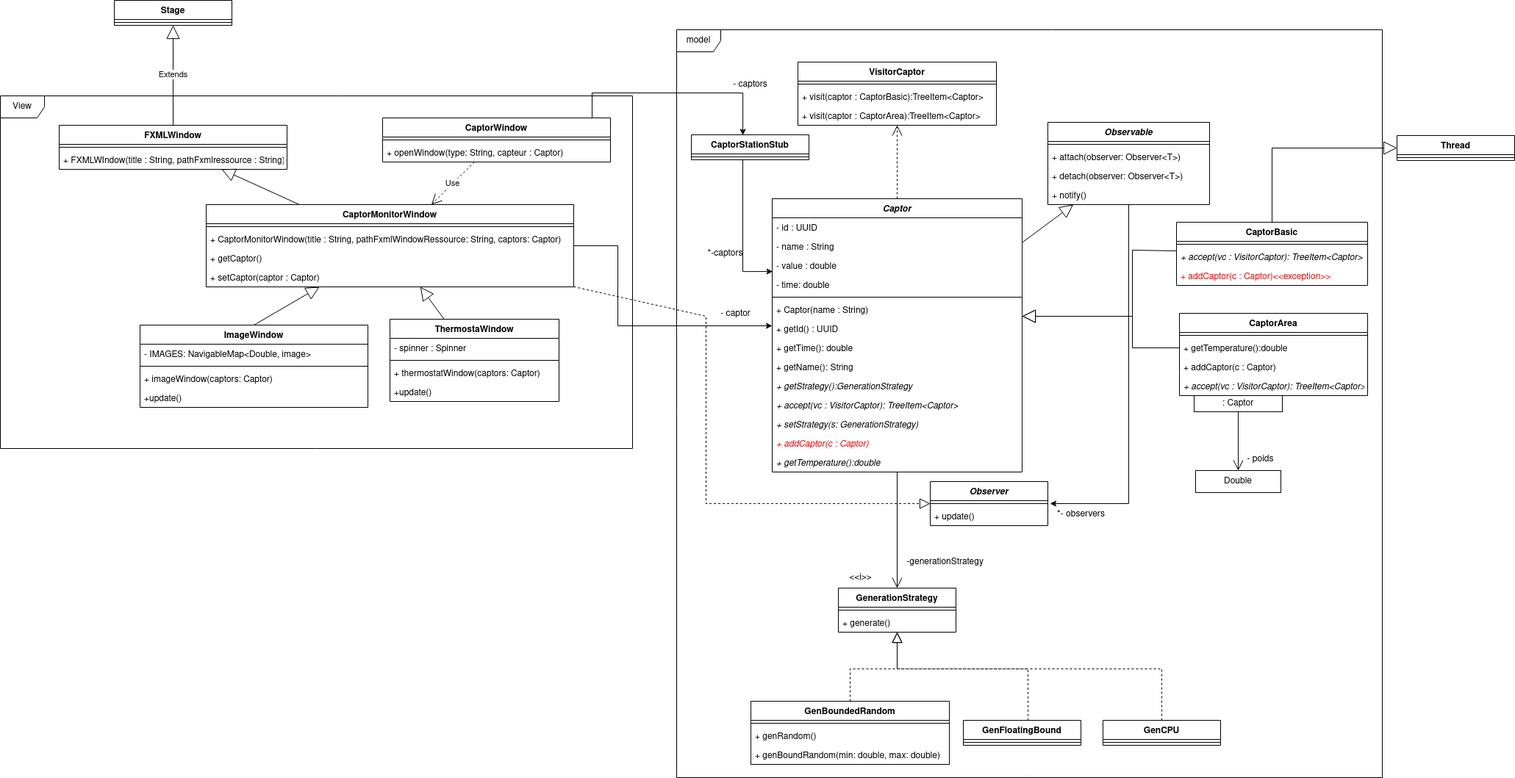
Emree63/Captor-JavaFX keeps this draw.io diagram as doc/Diagramme_de_classes.png. Above is the earlier version. Source tidied: cells renumbered, new cells last; positions are measured from the earlier drawing's top-left corner, leaving out a move shared by most shapes.
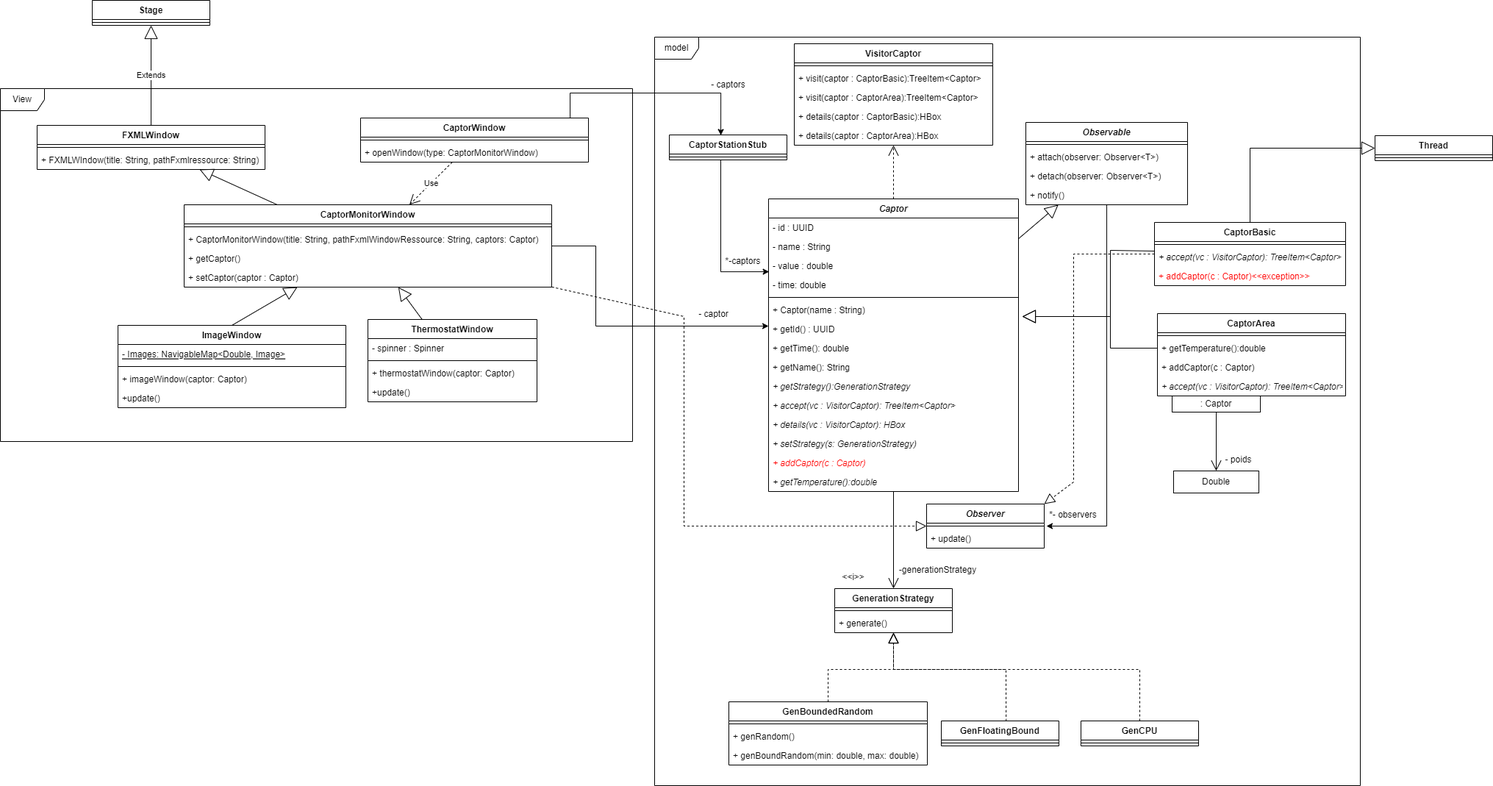
Later version of the same file.

Diff of the diagram source:
```diff
@@ -3,7 +3,7 @@
     <mxCell id="0" />
     <mxCell id="1" parent="0" />
     <mxCell id="2" value="Captor" style="swimlane;fontStyle=3;align=center;verticalAlign=top;horizontal=1;startSize=26;" parent="1" vertex="1">
-      <mxGeometry x="1050" y="270" width="340" height="372" as="geometry" />
+      <mxGeometry x="1075" y="270" width="340" height="398" as="geometry" />
     </mxCell>
     <mxCell id="3" value="- id : UUID&#10;" style="text;strokeColor=none;fillColor=none;align=left;verticalAlign=top;spacingLeft=4;spacingRight=4;overflow=hidden;" parent="2" vertex="1">
       <mxGeometry y="26" width="340" height="26" as="geometry" />
@@ -38,14 +38,17 @@
     <mxCell id="13" value="+ accept(vc : VisitorCaptor): TreeItem&lt;Captor&gt;" style="text;strokeColor=none;fillColor=none;align=left;verticalAlign=top;spacingLeft=4;spacingRight=4;overflow=hidden;fontStyle=2;" parent="2" vertex="1">
       <mxGeometry y="268" width="340" height="26" as="geometry" />
     </mxCell>
+    <mxCell id="107" value="+ details(vc : VisitorCaptor): HBox" style="text;strokeColor=none;fillColor=none;align=left;verticalAlign=top;spacingLeft=4;spacingRight=4;overflow=hidden;fontStyle=2;" parent="2" vertex="1">
+      <mxGeometry y="294" width="340" height="26" as="geometry" />
+    </mxCell>
     <mxCell id="14" value="+ setStrategy(s: GenerationStrategy)" style="text;strokeColor=none;fillColor=none;align=left;verticalAlign=top;spacingLeft=4;spacingRight=4;overflow=hidden;fontStyle=2;" parent="2" vertex="1">
-      <mxGeometry y="294" width="340" height="26" as="geometry" />
+      <mxGeometry y="320" width="340" height="26" as="geometry" />
     </mxCell>
     <mxCell id="15" value="+ addCaptor(c : Captor)" style="text;strokeColor=none;fillColor=none;align=left;verticalAlign=top;spacingLeft=4;spacingRight=4;overflow=hidden;fontColor=#FF0000;fontStyle=2;" parent="2" vertex="1">
-      <mxGeometry y="320" width="340" height="26" as="geometry" />
+      <mxGeometry y="346" width="340" height="26" as="geometry" />
     </mxCell>
     <mxCell id="16" value="+ getTemperature():double" style="text;strokeColor=none;fillColor=none;align=left;verticalAlign=top;spacingLeft=4;spacingRight=4;overflow=hidden;points=[[0,0.5],[1,0.5]];portConstraint=eastwest;fontStyle=2;" parent="2" vertex="1">
-      <mxGeometry y="346" width="340" height="26" as="geometry" />
+      <mxGeometry y="372" width="340" height="26" as="geometry" />
     </mxCell>
     <mxCell id="17" style="edgeStyle=orthogonalEdgeStyle;rounded=0;jettySize=auto;html=1;entryX=1.019;entryY=-0.154;entryDx=0;entryDy=0;entryPerimeter=0;" parent="1" edge="1" source="18" target="52">
       <mxGeometry relative="1" as="geometry" />
@@ -66,7 +69,7 @@
       <mxGeometry y="86" width="220" height="26" as="geometry" />
     </mxCell>
     <mxCell id="23" value="View" style="shape=umlFrame;whiteSpace=wrap;html=1;" parent="1" vertex="1">
-      <mxGeometry y="130" width="860" height="480" as="geometry" />
+      <mxGeometry x="30" y="120" width="860" height="480" as="geometry" />
     </mxCell>
     <mxCell id="24" value="FXMLWindow" style="swimlane;fontStyle=1;align=center;verticalAlign=top;horizontal=1;startSize=26;" parent="1" vertex="1">
       <mxGeometry x="80" y="170" width="310" height="60" as="geometry" />
@@ -74,7 +77,7 @@
     <mxCell id="25" style="line;strokeWidth=1;fillColor=none;align=left;verticalAlign=middle;spacingTop=-1;spacingLeft=3;spacingRight=3;labelPosition=right;strokeColor=inherit;" parent="24" vertex="1">
       <mxGeometry y="26" width="310" height="8" as="geometry" />
     </mxCell>
-    <mxCell id="26" value="+ FXMLWIndow(title : String, pathFxmlressource : String)" style="text;strokeColor=none;fillColor=none;align=left;verticalAlign=top;spacingLeft=4;spacingRight=4;overflow=hidden;" parent="24" vertex="1">
+    <mxCell id="26" value="+ FXMLWIndow(title: String, pathFxmlressource: String)" style="text;strokeColor=none;fillColor=none;align=left;verticalAlign=top;spacingLeft=4;spacingRight=4;overflow=hidden;" parent="24" vertex="1">
       <mxGeometry y="34" width="310" height="26" as="geometry" />
     </mxCell>
     <mxCell id="27" style="edgeStyle=orthogonalEdgeStyle;rounded=0;jettySize=auto;html=1;" parent="1" edge="1" source="28" target="2">
@@ -91,7 +94,7 @@
     <mxCell id="29" style="line;strokeWidth=1;fillColor=none;align=left;verticalAlign=middle;spacingTop=-1;spacingLeft=3;spacingRight=3;labelPosition=right;strokeColor=inherit;" parent="28" vertex="1">
       <mxGeometry y="26" width="500" height="8" as="geometry" />
     </mxCell>
-    <mxCell id="30" value="+ CaptorMonitorWindow(title : String, pathFxmlWindowRessource: String, captors: Captor)" style="text;strokeColor=none;fillColor=none;align=left;verticalAlign=top;spacingLeft=4;spacingRight=4;overflow=hidden;" parent="28" vertex="1">
+    <mxCell id="30" value="+ CaptorMonitorWindow(title: String, pathFxmlWindowRessource: String, captors: Captor)" style="text;strokeColor=none;fillColor=none;align=left;verticalAlign=top;spacingLeft=4;spacingRight=4;overflow=hidden;" parent="28" vertex="1">
       <mxGeometry y="34" width="500" height="26" as="geometry" />
     </mxCell>
     <mxCell id="31" value="+ getCaptor()&#10;" style="text;strokeColor=none;fillColor=none;align=left;verticalAlign=top;spacingLeft=4;spacingRight=4;overflow=hidden;" parent="28" vertex="1">
@@ -103,13 +106,13 @@
     <mxCell id="33" value="ImageWindow" style="swimlane;fontStyle=1;align=center;verticalAlign=top;horizontal=1;startSize=26;" parent="1" vertex="1">
       <mxGeometry x="190" y="442" width="310" height="112" as="geometry" />
     </mxCell>
-    <mxCell id="34" value="- IMAGES: NavigableMap&lt;Double, image&gt;" style="text;strokeColor=none;fillColor=none;align=left;verticalAlign=top;spacingLeft=4;spacingRight=4;overflow=hidden;" parent="33" vertex="1">
+    <mxCell id="34" value="- Images: NavigableMap&lt;Double, Image&gt;" style="text;strokeColor=none;fillColor=none;align=left;verticalAlign=top;spacingLeft=4;spacingRight=4;overflow=hidden;fontStyle=4;" parent="33" vertex="1">
       <mxGeometry y="26" width="310" height="26" as="geometry" />
     </mxCell>
     <mxCell id="35" style="line;strokeWidth=1;fillColor=none;align=left;verticalAlign=middle;spacingTop=-1;spacingLeft=3;spacingRight=3;labelPosition=right;strokeColor=inherit;" parent="33" vertex="1">
       <mxGeometry y="52" width="310" height="8" as="geometry" />
     </mxCell>
-    <mxCell id="36" value="+ imageWindow(captors: Captor)" style="text;strokeColor=none;fillColor=none;align=left;verticalAlign=top;spacingLeft=4;spacingRight=4;overflow=hidden;" parent="33" vertex="1">
+    <mxCell id="36" value="+ imageWindow(captor: Captor)" style="text;strokeColor=none;fillColor=none;align=left;verticalAlign=top;spacingLeft=4;spacingRight=4;overflow=hidden;" parent="33" vertex="1">
       <mxGeometry y="60" width="310" height="26" as="geometry" />
     </mxCell>
     <mxCell id="37" value="+update()" style="text;strokeColor=none;fillColor=none;align=left;verticalAlign=top;spacingLeft=4;spacingRight=4;overflow=hidden;" parent="33" vertex="1">
@@ -118,7 +121,7 @@
     <mxCell id="38" style="endArrow=block;endSize=16;endFill=0;html=1;rounded=0;exitX=0.5;exitY=0;exitDx=0;exitDy=0;" parent="1" edge="1" source="33" target="28">
       <mxGeometry relative="1" as="geometry" />
     </mxCell>
-    <mxCell id="39" value="ThermostaWindow" style="swimlane;fontStyle=1;align=center;verticalAlign=top;horizontal=1;startSize=26;" parent="1" vertex="1">
+    <mxCell id="39" value="ThermostatWindow" style="swimlane;fontStyle=1;align=center;verticalAlign=top;horizontal=1;startSize=26;" parent="1" vertex="1">
       <mxGeometry x="530" y="434" width="230" height="112" as="geometry" />
     </mxCell>
     <mxCell id="40" value="- spinner : Spinner" style="text;strokeColor=none;fillColor=none;align=left;verticalAlign=top;spacingLeft=4;spacingRight=4;overflow=hidden;" parent="39" vertex="1">
@@ -127,7 +130,7 @@
     <mxCell id="41" style="line;strokeWidth=1;fillColor=none;align=left;verticalAlign=middle;spacingTop=-1;spacingLeft=3;spacingRight=3;labelPosition=right;strokeColor=inherit;" parent="39" vertex="1">
       <mxGeometry y="52" width="230" height="8" as="geometry" />
     </mxCell>
-    <mxCell id="42" value="+ thermostatWindow(captors: Captor)" style="text;strokeColor=none;fillColor=none;align=left;verticalAlign=top;spacingLeft=4;spacingRight=4;overflow=hidden;" parent="39" vertex="1">
+    <mxCell id="42" value="+ thermostatWindow(captor: Captor)" style="text;strokeColor=none;fillColor=none;align=left;verticalAlign=top;spacingLeft=4;spacingRight=4;overflow=hidden;" parent="39" vertex="1">
       <mxGeometry y="60" width="230" height="26" as="geometry" />
     </mxCell>
     <mxCell id="43" value="+update()" style="text;strokeColor=none;fillColor=none;align=left;verticalAlign=top;spacingLeft=4;spacingRight=4;overflow=hidden;" parent="39" vertex="1">
@@ -150,14 +153,14 @@
     <mxCell id="47" style="line;strokeWidth=1;fillColor=none;align=left;verticalAlign=middle;spacingTop=-1;spacingLeft=3;spacingRight=3;labelPosition=right;strokeColor=inherit;" parent="46" vertex="1">
       <mxGeometry y="26" width="310" height="8" as="geometry" />
     </mxCell>
-    <mxCell id="48" value="+ openWindow(type: String, capteur : Captor)" style="text;strokeColor=none;fillColor=none;align=left;verticalAlign=top;spacingLeft=4;spacingRight=4;overflow=hidden;" parent="46" vertex="1">
+    <mxCell id="48" value="+ openWindow(type: CaptorMonitorWindow)" style="text;strokeColor=none;fillColor=none;align=left;verticalAlign=top;spacingLeft=4;spacingRight=4;overflow=hidden;" parent="46" vertex="1">
       <mxGeometry y="34" width="310" height="26" as="geometry" />
     </mxCell>
     <mxCell id="49" style="endArrow=block;endSize=16;endFill=0;html=1;rounded=0;" parent="1" edge="1" source="28" target="24">
       <mxGeometry relative="1" as="geometry" />
     </mxCell>
     <mxCell id="50" value="Observer" style="swimlane;fontStyle=3;align=center;verticalAlign=top;horizontal=1;startSize=26;" parent="1" vertex="1">
-      <mxGeometry x="1265" y="655" width="160" height="60" as="geometry" />
+      <mxGeometry x="1290" y="685" width="160" height="60" as="geometry" />
     </mxCell>
     <mxCell id="51" style="line;strokeWidth=1;fillColor=none;align=left;verticalAlign=middle;spacingTop=-1;spacingLeft=3;spacingRight=3;labelPosition=right;strokeColor=inherit;" parent="50" vertex="1">
       <mxGeometry y="26" width="160" height="8" as="geometry" />
@@ -182,7 +185,7 @@
       <mxGeometry y="26" width="160" height="8" as="geometry" />
     </mxCell>
     <mxCell id="57" value="*-captors" style="text;html=1;align=center;verticalAlign=middle;strokeColor=none;fillColor=none;" parent="1" vertex="1">
-      <mxGeometry x="951" y="330" width="70" height="30" as="geometry" />
+      <mxGeometry x="1005" y="340" width="70" height="30" as="geometry" />
     </mxCell>
     <mxCell id="58" value="- captor" style="text;html=1;align=center;verticalAlign=middle;fillColor=none;strokeColor=none;rounded=0;" parent="1" vertex="1">
       <mxGeometry x="970" y="412" width="60" height="30" as="geometry" />
@@ -191,12 +194,12 @@
       <mxGeometry relative="1" as="geometry">
         <Array as="points">
           <mxPoint x="960" y="430" />
-          <mxPoint x="960" y="685" />
+          <mxPoint x="960" y="715" />
         </Array>
       </mxGeometry>
     </mxCell>
     <mxCell id="60" value="*- observers" style="text;html=1;align=center;verticalAlign=middle;strokeColor=none;fillColor=none;" parent="1" vertex="1">
-      <mxGeometry x="1425" y="685" width="90" height="30" as="geometry" />
+      <mxGeometry x="1444" y="685" width="90" height="30" as="geometry" />
     </mxCell>
     <mxCell id="61" value="Use" style="endArrow=open;endSize=12;dashed=1;html=1;rounded=0;" parent="1" edge="1" source="46" target="28">
       <mxGeometry relative="1" as="geometry" />
@@ -214,13 +217,13 @@
       <mxGeometry relative="1" as="geometry" />
     </mxCell>
     <mxCell id="66" value="model" style="shape=umlFrame;whiteSpace=wrap;html=1;" parent="1" vertex="1">
-      <mxGeometry x="920" y="40" width="960" height="1018" as="geometry" />
+      <mxGeometry x="920" y="50" width="960" height="1018" as="geometry" />
     </mxCell>
     <mxCell id="67" value="&amp;lt;&amp;lt;i&amp;gt;&amp;gt;" style="text;html=1;align=center;verticalAlign=middle;strokeColor=none;fillColor=none;" parent="1" vertex="1">
-      <mxGeometry x="1145" y="771" width="50" height="30" as="geometry" />
+      <mxGeometry x="1165" y="770" width="50" height="30" as="geometry" />
     </mxCell>
     <mxCell id="68" value="GenerationStrategy" style="swimlane;fontStyle=1;align=center;verticalAlign=top;horizontal=1;startSize=26;" parent="1" vertex="1">
-      <mxGeometry x="1140" y="800" width="160" height="60" as="geometry" />
+      <mxGeometry x="1165" y="800" width="160" height="60" as="geometry" />
     </mxCell>
     <mxCell id="69" style="line;strokeWidth=1;fillColor=none;align=left;verticalAlign=middle;spacingTop=-1;spacingLeft=3;spacingRight=3;labelPosition=right;strokeColor=inherit;" parent="68" vertex="1">
       <mxGeometry y="26" width="160" height="8" as="geometry" />
@@ -229,11 +232,7 @@
       <mxGeometry y="34" width="160" height="26" as="geometry" />
     </mxCell>
     <mxCell id="71" style="endArrow=open;endFill=1;endSize=12;html=1;rounded=0;" parent="1" edge="1" source="16" target="68">
-      <mxGeometry relative="1" as="geometry">
-        <Array as="points">
-          <mxPoint x="1220" y="680" />
-        </Array>
-      </mxGeometry>
+      <mxGeometry relative="1" as="geometry" />
     </mxCell>
     <mxCell id="72" value="GenBoundedRandom" style="swimlane;fontStyle=1;align=center;verticalAlign=top;horizontal=1;startSize=26;" parent="1" vertex="1">
       <mxGeometry x="1021" y="954" width="270" height="86" as="geometry" />
@@ -263,7 +262,7 @@
       <mxGeometry relative="1" as="geometry">
         <Array as="points">
           <mxPoint x="1156" y="910" />
-          <mxPoint x="1220" y="910" />
+          <mxPoint x="1245" y="910" />
         </Array>
       </mxGeometry>
     </mxCell>
@@ -271,7 +270,7 @@
       <mxGeometry relative="1" as="geometry">
         <Array as="points">
           <mxPoint x="1398" y="910" />
-          <mxPoint x="1220" y="910" />
+          <mxPoint x="1245" y="910" />
         </Array>
       </mxGeometry>
     </mxCell>
@@ -279,15 +278,16 @@
       <mxGeometry relative="1" as="geometry">
         <Array as="points">
           <mxPoint x="1580" y="910" />
-          <mxPoint x="1220" y="910" />
+          <mxPoint x="1245" y="910" />
         </Array>
       </mxGeometry>
     </mxCell>
     <mxCell id="83" value="-generationStrategy" style="text;html=1;align=center;verticalAlign=middle;strokeColor=none;fillColor=none;" parent="1" vertex="1">
-      <mxGeometry x="1220" y="750" width="130" height="30" as="geometry" />
+      <mxGeometry x="1240" y="760" width="130" height="30" as="geometry" />
     </mxCell>
-    <mxCell id="84" style="endArrow=block;endSize=16;endFill=0;html=1;rounded=0;entryX=1;entryY=0.846;entryDx=0;entryDy=0;entryPerimeter=0;exitX=-0.002;exitY=0.192;exitDx=0;exitDy=0;exitPerimeter=0;" parent="1" edge="1" source="87" target="8">
+    <mxCell id="84" style="endArrow=block;endSize=16;endFill=0;html=1;rounded=0;exitX=-0.002;exitY=0.192;exitDx=0;exitDy=0;exitPerimeter=0;" parent="1" edge="1" source="87">
       <mxGeometry relative="1" as="geometry">
+        <mxPoint x="1420" y="430" as="targetPoint" />
         <Array as="points">
           <mxPoint x="1540" y="340" />
           <mxPoint x="1540" y="430" />
@@ -323,7 +323,7 @@
     </mxCell>
     <mxCell id="94" style="endArrow=block;endSize=16;endFill=0;html=1;rounded=0;exitX=0;exitY=0.5;exitDx=0;exitDy=0;" parent="1" edge="1" source="91">
       <mxGeometry relative="1" as="geometry">
-        <mxPoint x="1390" y="430" as="targetPoint" />
+        <mxPoint x="1420" y="430" as="targetPoint" />
         <Array as="points">
           <mxPoint x="1540" y="473" />
           <mxPoint x="1540" y="430" />
@@ -356,7 +356,7 @@
       <mxGeometry x="1684" y="610" width="60" height="30" as="geometry" />
     </mxCell>
     <mxCell id="102" value="VisitorCaptor" style="swimlane;fontStyle=1;align=center;verticalAlign=top;horizontal=1;startSize=26;" parent="1" vertex="1">
-      <mxGeometry x="1085" y="84" width="270" height="86" as="geometry" />
+      <mxGeometry x="1110" y="59" width="270" height="138" as="geometry" />
     </mxCell>
     <mxCell id="103" style="line;strokeWidth=1;fillColor=none;align=left;verticalAlign=middle;spacingTop=-1;spacingLeft=3;spacingRight=3;labelPosition=right;strokeColor=inherit;" parent="102" vertex="1">
       <mxGeometry y="26" width="270" height="8" as="geometry" />
@@ -367,8 +367,22 @@
     <mxCell id="105" value="+ visit(captor : CaptorArea):TreeItem&lt;Captor&gt;&#10;" style="text;strokeColor=none;fillColor=none;align=left;verticalAlign=top;spacingLeft=4;spacingRight=4;overflow=hidden;" parent="102" vertex="1">
       <mxGeometry y="60" width="270" height="26" as="geometry" />
     </mxCell>
+    <mxCell id="108" value="+ details(captor : CaptorBasic):HBox" style="text;strokeColor=none;fillColor=none;align=left;verticalAlign=top;spacingLeft=4;spacingRight=4;overflow=hidden;" parent="102" vertex="1">
+      <mxGeometry y="86" width="270" height="26" as="geometry" />
+    </mxCell>
+    <mxCell id="109" value="+ details(captor : CaptorArea):HBox" style="text;strokeColor=none;fillColor=none;align=left;verticalAlign=top;spacingLeft=4;spacingRight=4;overflow=hidden;" parent="102" vertex="1">
+      <mxGeometry y="112" width="270" height="26" as="geometry" />
+    </mxCell>
     <mxCell id="106" style="endArrow=open;endSize=12;dashed=1;html=1;rounded=0;exitX=0.5;exitY=0;exitDx=0;exitDy=0;" parent="1" edge="1" source="2" target="102">
       <mxGeometry relative="1" as="geometry" />
     </mxCell>
+    <mxCell id="110" style="endArrow=block;dashed=1;endFill=0;endSize=12;html=1;rounded=0;entryX=1;entryY=0;entryDx=0;entryDy=0;" parent="1" edge="1" source="85" target="50">
+      <mxGeometry relative="1" as="geometry">
+        <Array as="points">
+          <mxPoint x="1490" y="345" />
+          <mxPoint x="1490" y="655" />
+        </Array>
+      </mxGeometry>
+    </mxCell>
   </root>
 </mxGraphModel>
```
